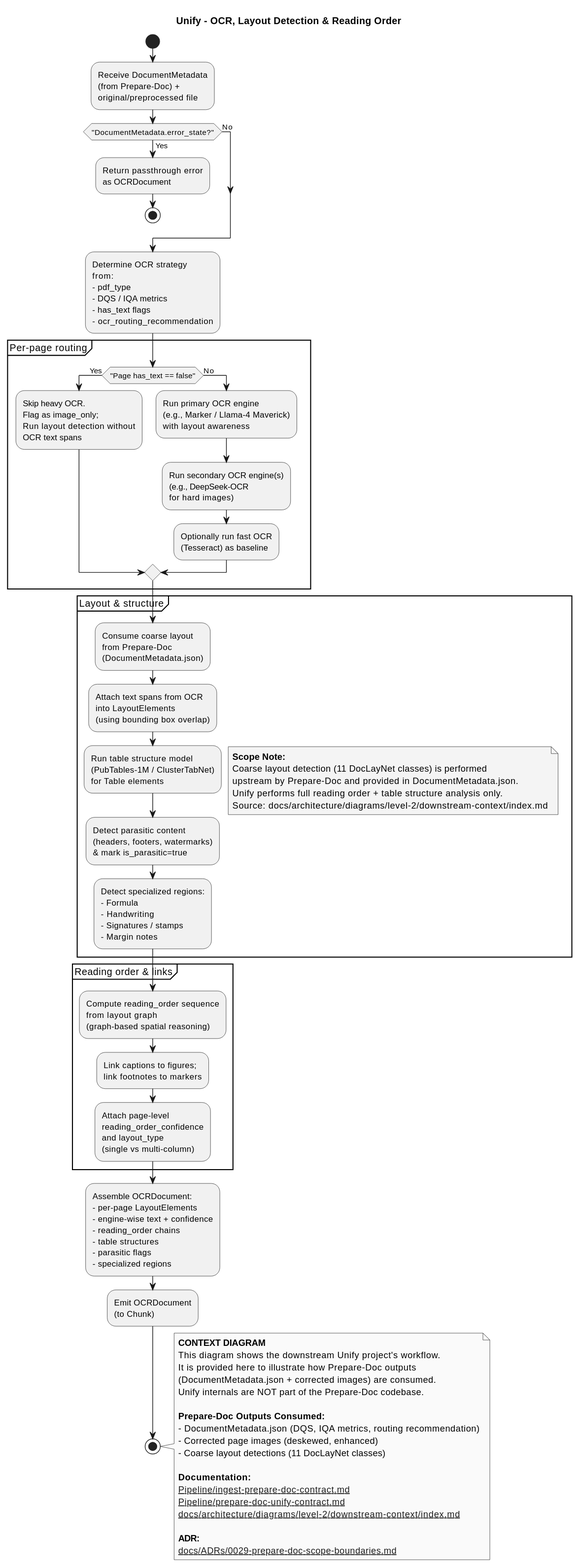
Earlier version of the PlantUML export docs/architecture/diagrams/level-2/downstream-context/unify-ocr-layout-workflow.svg (williaby/image-preprocessing-detector).
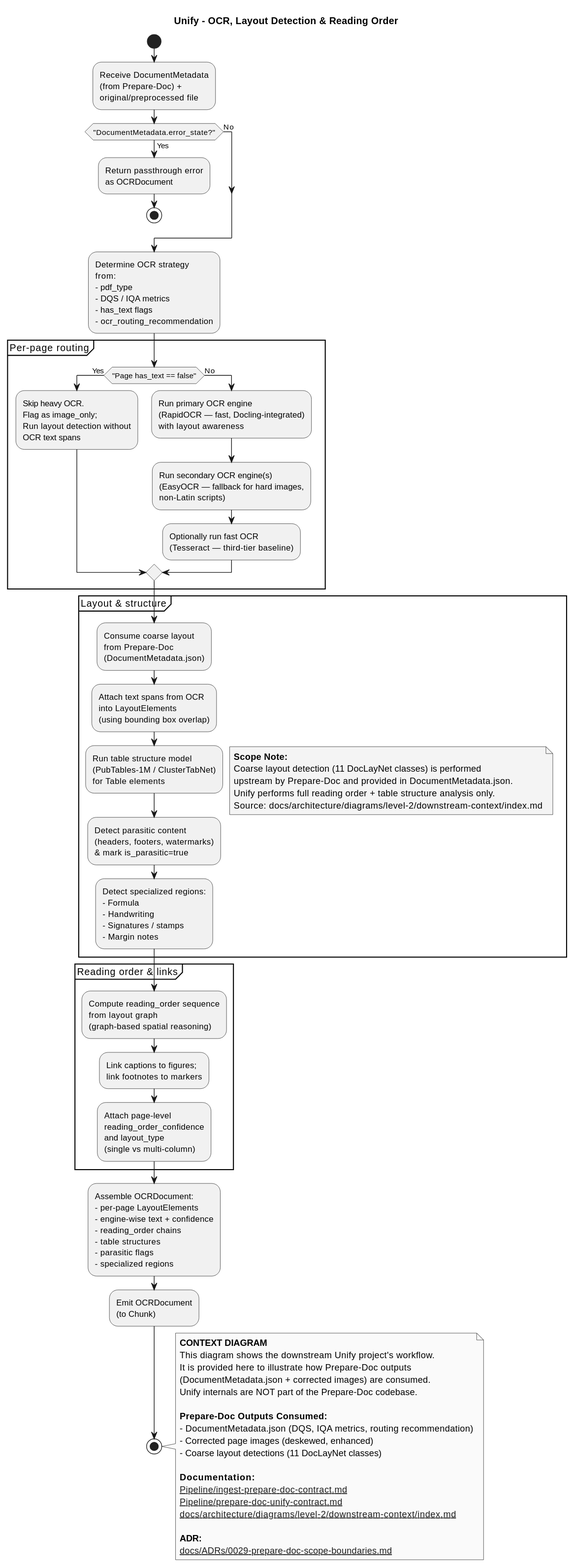
The same file after the commit.

Diff of the diagram source:
```diff
@@ -21,9 +21,9 @@
   if ("Page has_text == false") then (Yes)
     :Skip heavy OCR.\nFlag as image_only;\nRun layout detection without\nOCR text spans;
   else (No)
-    :Run primary OCR engine\n(e.g., Marker / Llama-4 Maverick)\nwith layout awareness;
-    :Run secondary OCR engine(s)\n(e.g., DeepSeek-OCR\nfor hard images);
-    :Optionally run fast OCR\n(Tesseract) as baseline;
+    :Run primary OCR engine\n(RapidOCR — fast, Docling-integrated)\nwith layout awareness;
+    :Run secondary OCR engine(s)\n(EasyOCR — fallback for hard images,\nnon-Latin scripts);
+    :Optionally run fast OCR\n(Tesseract — third-tier baseline);
   endif
 }
 
```
